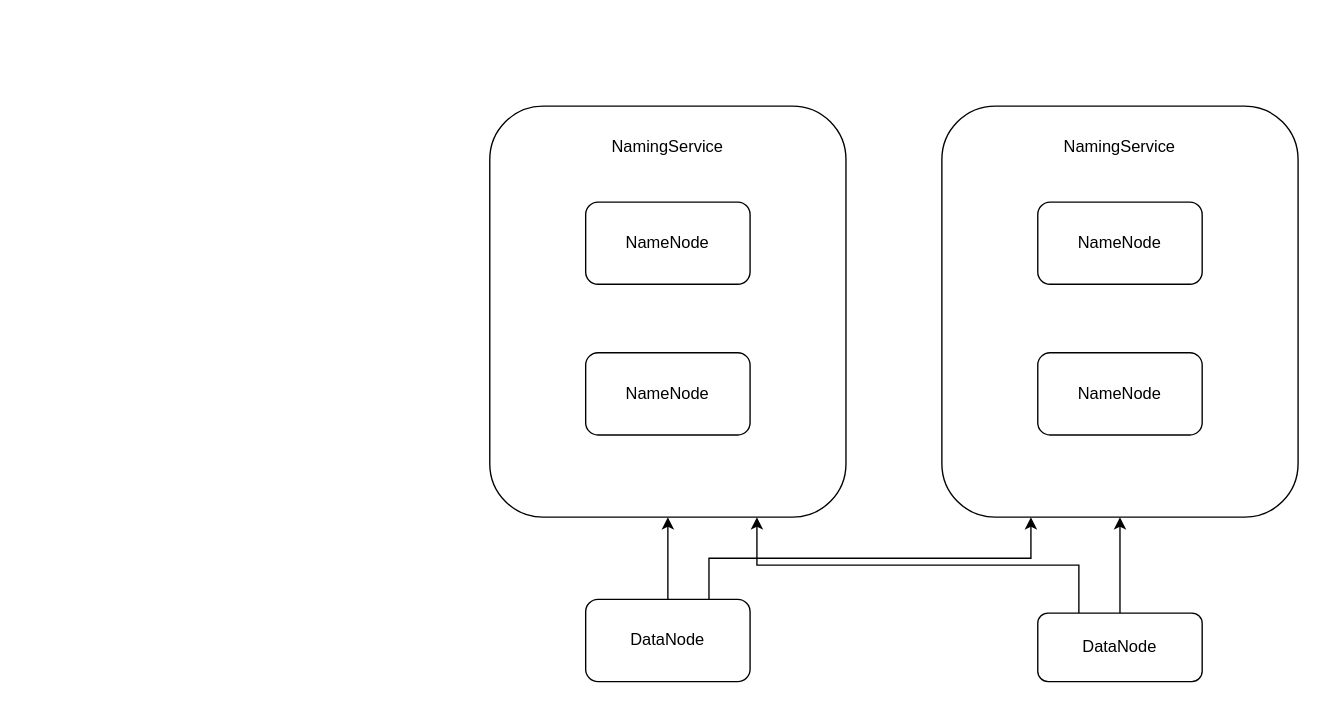
zhoupeng20188/drawio keeps this draw.io diagram as page "NameNode联邦" (2 of 2) of Untitled Diagram.drawio. Above is the earlier version. Source tidied: cells renumbered, new cells numbered last; positions are measured from the earlier drawing's top-left corner, leaving out a move shared by most shapes. Both pictures are drawn from the tidied source at 137%, with x=0, y=0 at pixel (489, 105).
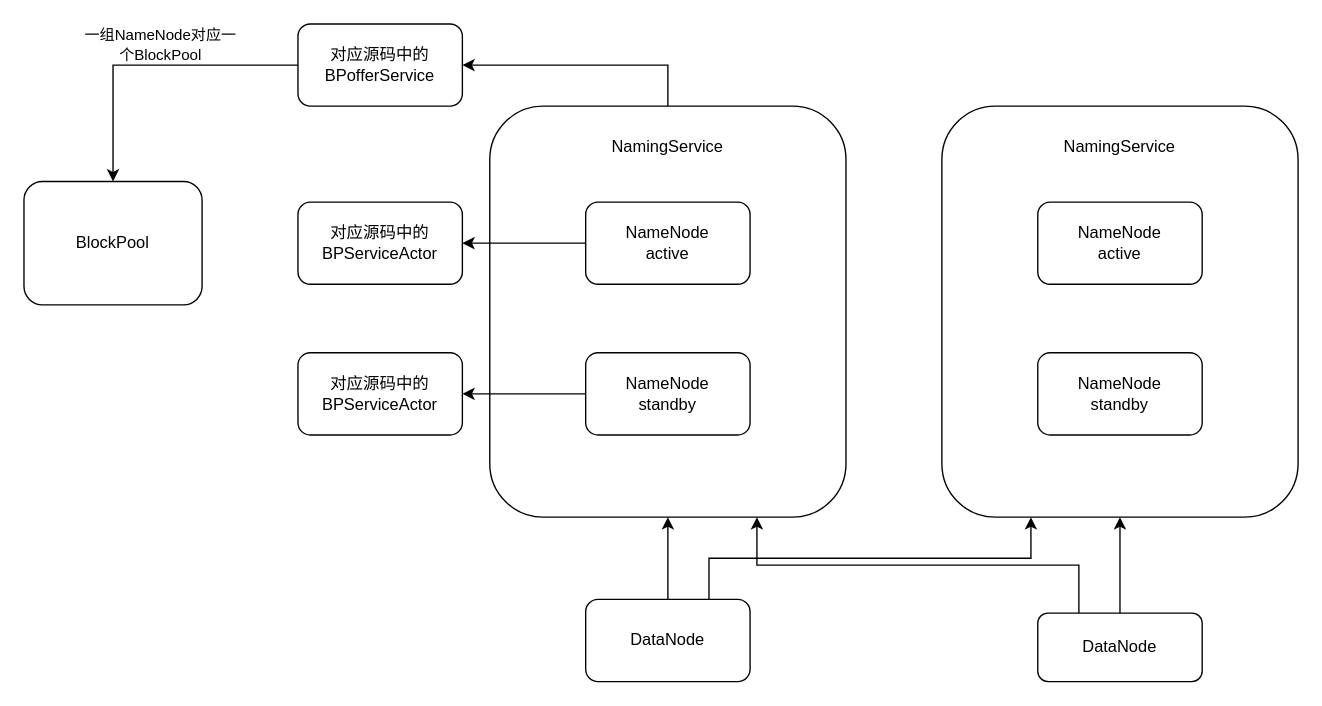
The same diagram, later.

The change refers to these unchanged cells:
```xml
<mxCell id="2" style="rounded=1;whiteSpace=wrap;html=1;" parent="1" vertex="1">
  <mxGeometry width="260" height="300" as="geometry" />
</mxCell>
```

The edit, as a diff of the source:
```diff
@@
+    <mxCell id="16" style="edgeStyle=orthogonalEdgeStyle;rounded=0;jettySize=auto;html=1;exitX=0.5;exitY=0;exitDx=0;exitDy=0;" parent="1" edge="1" source="2" target="21">
+      <mxGeometry relative="1" as="geometry" />
+    </mxCell>
@@
+    <mxCell id="17" style="edgeStyle=orthogonalEdgeStyle;rounded=0;jettySize=auto;html=1;entryX=1;entryY=0.5;entryDx=0;entryDy=0;" parent="1" edge="1" source="3" target="20">
+      <mxGeometry relative="1" as="geometry" />
+    </mxCell>
-    <mxCell id="3" value="NameNode" style="rounded=1;whiteSpace=wrap;html=1;" parent="1" vertex="1">
+    <mxCell id="3" value="NameNode&lt;br&gt;active" style="rounded=1;whiteSpace=wrap;html=1;" parent="1" vertex="1">
       <mxGeometry x="70" y="70" width="120" height="60" as="geometry" />
     </mxCell>
+    <mxCell id="18" style="edgeStyle=orthogonalEdgeStyle;rounded=0;jettySize=auto;html=1;entryX=1;entryY=0.5;entryDx=0;entryDy=0;" parent="1" edge="1" source="4" target="22">
+      <mxGeometry relative="1" as="geometry" />
+    </mxCell>
-    <mxCell id="4" value="NameNode" style="rounded=1;whiteSpace=wrap;html=1;" parent="1" vertex="1">
+    <mxCell id="4" value="NameNode&lt;br&gt;standby" style="rounded=1;whiteSpace=wrap;html=1;" parent="1" vertex="1">
       <mxGeometry x="70" y="180" width="120" height="60" as="geometry" />
     </mxCell>
@@
-    <mxCell id="10" value="NameNode" style="rounded=1;whiteSpace=wrap;html=1;" parent="1" vertex="1">
-      <mxGeometry x="400" y="70" width="120" height="60" as="geometry" />
-    </mxCell>
-    <mxCell id="11" value="NameNode" style="rounded=1;whiteSpace=wrap;html=1;" parent="1" vertex="1">
-      <mxGeometry x="400" y="180" width="120" height="60" as="geometry" />
-    </mxCell>
@@
+    <mxCell id="19" style="edgeStyle=orthogonalEdgeStyle;rounded=0;jettySize=auto;html=1;" parent="1" edge="1" source="21" target="25">
+      <mxGeometry relative="1" as="geometry" />
+    </mxCell>
+    <mxCell id="20" value="对应源码中的BPServiceActor" style="rounded=1;whiteSpace=wrap;html=1;" parent="1" vertex="1">
+      <mxGeometry x="-140" y="70" width="120" height="60" as="geometry" />
+    </mxCell>
+    <mxCell id="21" value="对应源码中的BPofferService" style="rounded=1;whiteSpace=wrap;html=1;" parent="1" vertex="1">
+      <mxGeometry x="-140" y="-60" width="120" height="60" as="geometry" />
+    </mxCell>
+    <mxCell id="22" value="对应源码中的BPServiceActor" style="rounded=1;whiteSpace=wrap;html=1;" parent="1" vertex="1">
+      <mxGeometry x="-140" y="180" width="120" height="60" as="geometry" />
+    </mxCell>
+    <mxCell id="23" value="NameNode&lt;br&gt;active" style="rounded=1;whiteSpace=wrap;html=1;" parent="1" vertex="1">
+      <mxGeometry x="400" y="70" width="120" height="60" as="geometry" />
+    </mxCell>
+    <mxCell id="24" value="NameNode&lt;br&gt;standby" style="rounded=1;whiteSpace=wrap;html=1;" parent="1" vertex="1">
+      <mxGeometry x="400" y="180" width="120" height="60" as="geometry" />
+    </mxCell>
+    <mxCell id="25" value="BlockPool" style="whiteSpace=wrap;html=1;rounded=1;" parent="1" vertex="1">
+      <mxGeometry x="-340" y="55" width="130" height="90" as="geometry" />
+    </mxCell>
+    <mxCell id="26" value="&lt;span style=&quot;color: rgb(0, 0, 0); font-family: helvetica; font-size: 11px; font-style: normal; font-weight: 400; letter-spacing: normal; text-align: center; text-indent: 0px; text-transform: none; word-spacing: 0px; background-color: rgb(255, 255, 255); display: inline; float: none;&quot;&gt;一组NameNode对应一个BlockPool&lt;/span&gt;" style="text;html=1;strokeColor=none;fillColor=none;align=center;verticalAlign=middle;whiteSpace=wrap;rounded=0;" parent="1" vertex="1">
+      <mxGeometry x="-300" y="-60" width="120" height="30" as="geometry" />
+    </mxCell>
```
